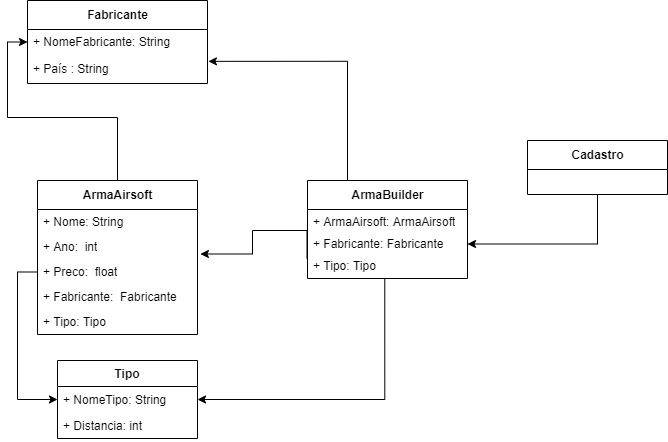
Above: Diagramas/Padrão de projeto-Builder.drawio.png in danilomichell/Airsoft (draw.io), before the change. Source tidied: cells renumbered, new cells last; positions are measured from the earlier drawing's top-left corner, leaving out a move shared by most shapes.
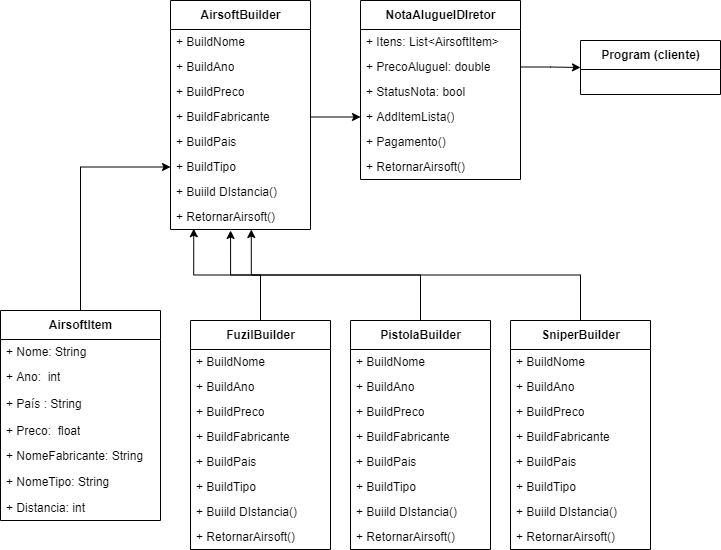
After the change.

Commit message:
Refatoração método Builder e diagrama

Change to the diagram source:
```diff
@@ -2,17 +2,11 @@
   <root>
     <mxCell id="0" />
     <mxCell id="1" parent="0" />
-    <mxCell id="2" style="edgeStyle=orthogonalEdgeStyle;rounded=0;jettySize=auto;html=1;exitX=0.5;exitY=0;exitDx=0;exitDy=0;entryX=0;entryY=0.5;entryDx=0;entryDy=0;" parent="1" edge="1" source="3" target="13">
-      <mxGeometry relative="1" as="geometry">
-        <Array as="points">
-          <mxPoint x="110" y="117" />
-          <mxPoint y="117" />
-          <mxPoint y="42" />
-        </Array>
-      </mxGeometry>
-    </mxCell>
+    <mxCell id="25" style="edgeStyle=orthogonalEdgeStyle;rounded=0;jettySize=auto;html=1;exitX=0.5;exitY=0;exitDx=0;exitDy=0;entryX=0;entryY=0.5;entryDx=0;entryDy=0;" parent="1" edge="1" source="3" target="32">
+      <mxGeometry relative="1" as="geometry" />
+    </mxCell>
-    <mxCell id="3" value="ArmaAirsoft" style="swimlane;fontStyle=1;align=center;verticalAlign=middle;horizontal=1;startSize=29;html=1;" parent="1" vertex="1">
-      <mxGeometry x="30" y="180" width="160" height="154" as="geometry" />
+    <mxCell id="3" value="AirsoftItem" style="swimlane;fontStyle=1;align=center;verticalAlign=middle;horizontal=1;startSize=29;html=1;" parent="1" vertex="1">
+      <mxGeometry x="30" y="180" width="160" height="210" as="geometry" />
     </mxCell>
     <mxCell id="4" value="+ Nome: String" style="text;html=1;strokeColor=none;fillColor=none;align=left;verticalAlign=middle;spacingLeft=4;spacingRight=4;overflow=hidden;" parent="3" vertex="1">
       <mxGeometry y="29" width="160" height="25" as="geometry" />
@@ -20,68 +14,167 @@
     <mxCell id="5" value="+ Ano:&amp;nbsp; int" style="text;html=1;strokeColor=none;fillColor=none;align=left;verticalAlign=middle;spacingLeft=4;spacingRight=4;overflow=hidden;points=[[0,0.5],[1,0.5]];portConstraint=eastwest;" parent="3" vertex="1">
       <mxGeometry y="54" width="160" height="25" as="geometry" />
     </mxCell>
+    <mxCell id="14" value="+ País : String" style="text;html=1;strokeColor=none;fillColor=none;align=left;verticalAlign=middle;spacingLeft=4;spacingRight=4;overflow=hidden;points=[[0,0.5],[1,0.5]];portConstraint=eastwest;" parent="3" vertex="1">
+      <mxGeometry y="79" width="160" height="29" as="geometry" />
+    </mxCell>
     <mxCell id="6" value="+ Preco:&amp;nbsp; float" style="text;html=1;strokeColor=none;fillColor=none;align=left;verticalAlign=middle;spacingLeft=4;spacingRight=4;overflow=hidden;points=[[0,0.5],[1,0.5]];portConstraint=eastwest;" parent="3" vertex="1">
-      <mxGeometry y="79" width="160" height="25" as="geometry" />
+      <mxGeometry y="108" width="160" height="25" as="geometry" />
     </mxCell>
-    <mxCell id="7" value="+ Fabricante:&amp;nbsp; Fabricante" style="text;html=1;strokeColor=none;fillColor=none;align=left;verticalAlign=middle;spacingLeft=4;spacingRight=4;overflow=hidden;" parent="3" vertex="1">
-      <mxGeometry y="104" width="160" height="25" as="geometry" />
-    </mxCell>
-    <mxCell id="8" value="+ Tipo: Tipo" style="text;html=1;strokeColor=none;fillColor=none;align=left;verticalAlign=middle;spacingLeft=4;spacingRight=4;overflow=hidden;" parent="3" vertex="1">
-      <mxGeometry y="129" width="160" height="25" as="geometry" />
-    </mxCell>
-    <mxCell id="9" value="Tipo" style="swimlane;fontStyle=1;horizontal=1;startSize=26;fillColor=none;" parent="1" vertex="1">
-      <mxGeometry x="50" y="360" width="140" height="78" as="geometry" />
-    </mxCell>
+    <mxCell id="13" value="+ NomeFabricante: String" style="text;html=1;strokeColor=none;fillColor=none;align=left;verticalAlign=middle;spacingLeft=4;spacingRight=4;overflow=hidden;points=[[0,0.5],[1,0.5]];portConstraint=eastwest;" parent="3" vertex="1">
+      <mxGeometry y="133" width="160" height="25" as="geometry" />
+    </mxCell>
-    <mxCell id="10" value="+ NomeTipo: String" style="text;strokeColor=none;fillColor=none;align=left;verticalAlign=top;spacingLeft=4;spacingRight=4;overflow=hidden;points=[[0,0.5],[1,0.5]];portConstraint=eastwest;" parent="9" vertex="1">
-      <mxGeometry y="26" width="140" height="26" as="geometry" />
+    <mxCell id="10" value="+ NomeTipo: String" style="text;strokeColor=none;fillColor=none;align=left;verticalAlign=top;spacingLeft=4;spacingRight=4;overflow=hidden;points=[[0,0.5],[1,0.5]];portConstraint=eastwest;" parent="3" vertex="1">
+      <mxGeometry y="158" width="160" height="26" as="geometry" />
     </mxCell>
-    <mxCell id="11" value="+ Distancia: int" style="text;strokeColor=none;fillColor=none;align=left;verticalAlign=top;spacingLeft=4;spacingRight=4;overflow=hidden;" parent="9" vertex="1">
-      <mxGeometry y="52" width="140" height="26" as="geometry" />
+    <mxCell id="11" value="+ Distancia: int" style="text;strokeColor=none;fillColor=none;align=left;verticalAlign=top;spacingLeft=4;spacingRight=4;overflow=hidden;" parent="3" vertex="1">
+      <mxGeometry y="184" width="160" height="26" as="geometry" />
     </mxCell>
-    <mxCell id="12" value="Fabricante" style="swimlane;fontStyle=1;align=center;verticalAlign=middle;horizontal=1;startSize=29;html=1;" parent="1" vertex="1">
-      <mxGeometry x="20" width="180" height="83" as="geometry" />
-    </mxCell>
-    <mxCell id="13" value="+ NomeFabricante: String" style="text;html=1;strokeColor=none;fillColor=none;align=left;verticalAlign=middle;spacingLeft=4;spacingRight=4;overflow=hidden;points=[[0,0.5],[1,0.5]];portConstraint=eastwest;" parent="12" vertex="1">
-      <mxGeometry y="29" width="180" height="25" as="geometry" />
-    </mxCell>
-    <mxCell id="14" value="+ País : String" style="text;html=1;strokeColor=none;fillColor=none;align=left;verticalAlign=middle;spacingLeft=4;spacingRight=4;overflow=hidden;points=[[0,0.5],[1,0.5]];portConstraint=eastwest;" parent="12" vertex="1">
-      <mxGeometry y="54" width="180" height="29" as="geometry" />
-    </mxCell>
-    <mxCell id="15" style="edgeStyle=orthogonalEdgeStyle;rounded=0;jettySize=auto;html=1;exitX=0.25;exitY=0;exitDx=0;exitDy=0;entryX=1.005;entryY=0.236;entryDx=0;entryDy=0;entryPerimeter=0;" parent="1" edge="1" source="16" target="14">
-      <mxGeometry relative="1" as="geometry" />
-    </mxCell>
-    <mxCell id="16" value="ArmaBuilder" style="swimlane;fontStyle=1;align=center;verticalAlign=middle;horizontal=1;startSize=29;html=1;" parent="1" vertex="1">
-      <mxGeometry x="300" y="180" width="160" height="98" as="geometry" />
-    </mxCell>
-    <mxCell id="17" value="+ ArmaAirsoft: ArmaAirsoft" style="text;html=1;strokeColor=none;fillColor=none;align=left;verticalAlign=middle;spacingLeft=4;spacingRight=4;overflow=hidden;" parent="16" vertex="1">
-      <mxGeometry y="29" width="160" height="25" as="geometry" />
-    </mxCell>
-    <mxCell id="18" value="+ Fabricante: Fabricante" style="text;html=1;strokeColor=none;fillColor=none;align=left;verticalAlign=middle;spacingLeft=4;spacingRight=4;overflow=hidden;points=[[0,0.5],[1,0.5]];portConstraint=eastwest;" parent="16" vertex="1">
-      <mxGeometry y="54" width="160" height="19" as="geometry" />
-    </mxCell>
-    <mxCell id="19" value="+ Tipo: Tipo" style="text;html=1;strokeColor=none;fillColor=none;align=left;verticalAlign=middle;spacingLeft=4;spacingRight=4;overflow=hidden;points=[[0,0.5],[1,0.5]];portConstraint=eastwest;" parent="16" vertex="1">
-      <mxGeometry y="73" width="160" height="25" as="geometry" />
-    </mxCell>
-    <mxCell id="20" style="edgeStyle=orthogonalEdgeStyle;rounded=0;jettySize=auto;html=1;exitX=0;exitY=0.5;exitDx=0;exitDy=0;entryX=0;entryY=0.5;entryDx=0;entryDy=0;" parent="1" edge="1" source="6" target="10">
-      <mxGeometry relative="1" as="geometry" />
-    </mxCell>
-    <mxCell id="21" style="edgeStyle=orthogonalEdgeStyle;rounded=0;jettySize=auto;html=1;exitX=-0.003;exitY=0.224;exitDx=0;exitDy=0;entryX=1.018;entryY=0.78;entryDx=0;entryDy=0;entryPerimeter=0;exitPerimeter=0;" parent="1" edge="1" source="19" target="5">
-      <mxGeometry relative="1" as="geometry">
-        <Array as="points">
-          <mxPoint x="300" y="230" />
-          <mxPoint x="245" y="230" />
-          <mxPoint x="245" y="254" />
-        </Array>
-      </mxGeometry>
-    </mxCell>
-    <mxCell id="22" style="edgeStyle=orthogonalEdgeStyle;rounded=0;jettySize=auto;html=1;exitX=0.483;exitY=0.992;exitDx=0;exitDy=0;exitPerimeter=0;" parent="1" edge="1" source="19" target="10">
-      <mxGeometry relative="1" as="geometry" />
-    </mxCell>
-    <mxCell id="23" style="edgeStyle=orthogonalEdgeStyle;rounded=0;jettySize=auto;html=1;entryX=1;entryY=0.5;entryDx=0;entryDy=0;" parent="1" edge="1" source="24" target="18">
-      <mxGeometry relative="1" as="geometry" />
-    </mxCell>
-    <mxCell id="24" value="Cadastro" style="swimlane;fontStyle=1;align=center;verticalAlign=middle;horizontal=1;startSize=29;html=1;" parent="1" vertex="1">
-      <mxGeometry x="520" y="140" width="140" height="54" as="geometry" />
-    </mxCell>
+    <mxCell id="26" value="AirsoftBuilder" style="swimlane;fontStyle=1;align=center;verticalAlign=middle;horizontal=1;startSize=29;html=1;" parent="1" vertex="1">
+      <mxGeometry x="200" y="-130" width="140" height="229" as="geometry" />
+    </mxCell>
+    <mxCell id="27" value="+ BuildNome" style="text;html=1;strokeColor=none;fillColor=none;align=left;verticalAlign=middle;spacingLeft=4;spacingRight=4;overflow=hidden;" parent="26" vertex="1">
+      <mxGeometry y="29" width="140" height="25" as="geometry" />
+    </mxCell>
+    <mxCell id="28" value="+ BuildAno" style="text;html=1;strokeColor=none;fillColor=none;align=left;verticalAlign=middle;spacingLeft=4;spacingRight=4;overflow=hidden;" parent="26" vertex="1">
+      <mxGeometry y="54" width="140" height="25" as="geometry" />
+    </mxCell>
+    <mxCell id="29" value="+ BuildPreco" style="text;html=1;strokeColor=none;fillColor=none;align=left;verticalAlign=middle;spacingLeft=4;spacingRight=4;overflow=hidden;" parent="26" vertex="1">
+      <mxGeometry y="79" width="140" height="25" as="geometry" />
+    </mxCell>
+    <mxCell id="30" value="+ BuildFabricante" style="text;html=1;strokeColor=none;fillColor=none;align=left;verticalAlign=middle;spacingLeft=4;spacingRight=4;overflow=hidden;points=[[0,0.5],[1,0.5]];portConstraint=eastwest;" parent="26" vertex="1">
+      <mxGeometry y="104" width="140" height="25" as="geometry" />
+    </mxCell>
+    <mxCell id="31" value="+ BuildPais" style="text;html=1;strokeColor=none;fillColor=none;align=left;verticalAlign=middle;spacingLeft=4;spacingRight=4;overflow=hidden;" parent="26" vertex="1">
+      <mxGeometry y="129" width="140" height="25" as="geometry" />
+    </mxCell>
+    <mxCell id="32" value="+ BuildTipo" style="text;html=1;strokeColor=none;fillColor=none;align=left;verticalAlign=middle;spacingLeft=4;spacingRight=4;overflow=hidden;points=[[0,0.5],[1,0.5]];portConstraint=eastwest;" parent="26" vertex="1">
+      <mxGeometry y="154" width="140" height="25" as="geometry" />
+    </mxCell>
+    <mxCell id="33" value="+ Buiild DIstancia()" style="text;html=1;strokeColor=none;fillColor=none;align=left;verticalAlign=middle;spacingLeft=4;spacingRight=4;overflow=hidden;" parent="26" vertex="1">
+      <mxGeometry y="179" width="140" height="25" as="geometry" />
+    </mxCell>
+    <mxCell id="34" value="+ RetornarAirsoft()" style="text;html=1;strokeColor=none;fillColor=none;align=left;verticalAlign=middle;spacingLeft=4;spacingRight=4;overflow=hidden;points=[[0,0.5],[1,0.5]];portConstraint=eastwest;" parent="26" vertex="1">
+      <mxGeometry y="204" width="140" height="25" as="geometry" />
+    </mxCell>
+    <mxCell id="35" style="edgeStyle=orthogonalEdgeStyle;rounded=0;jettySize=auto;html=1;exitX=0.5;exitY=0;exitDx=0;exitDy=0;entryX=0.429;entryY=1.04;entryDx=0;entryDy=0;entryPerimeter=0;" parent="1" edge="1" source="36" target="34">
+      <mxGeometry relative="1" as="geometry" />
+    </mxCell>
+    <mxCell id="36" value="PistolaBuilder" style="swimlane;fontStyle=1;align=center;verticalAlign=middle;horizontal=1;startSize=29;html=1;" parent="1" vertex="1">
+      <mxGeometry x="380" y="190" width="140" height="229" as="geometry" />
+    </mxCell>
+    <mxCell id="37" value="+ BuildNome" style="text;html=1;strokeColor=none;fillColor=none;align=left;verticalAlign=middle;spacingLeft=4;spacingRight=4;overflow=hidden;" parent="36" vertex="1">
+      <mxGeometry y="29" width="140" height="25" as="geometry" />
+    </mxCell>
+    <mxCell id="38" value="+ BuildAno" style="text;html=1;strokeColor=none;fillColor=none;align=left;verticalAlign=middle;spacingLeft=4;spacingRight=4;overflow=hidden;" parent="36" vertex="1">
+      <mxGeometry y="54" width="140" height="25" as="geometry" />
+    </mxCell>
+    <mxCell id="39" value="+ BuildPreco" style="text;html=1;strokeColor=none;fillColor=none;align=left;verticalAlign=middle;spacingLeft=4;spacingRight=4;overflow=hidden;" parent="36" vertex="1">
+      <mxGeometry y="79" width="140" height="25" as="geometry" />
+    </mxCell>
+    <mxCell id="40" value="+ BuildFabricante" style="text;html=1;strokeColor=none;fillColor=none;align=left;verticalAlign=middle;spacingLeft=4;spacingRight=4;overflow=hidden;" parent="36" vertex="1">
+      <mxGeometry y="104" width="140" height="25" as="geometry" />
+    </mxCell>
+    <mxCell id="41" value="+ BuildPais" style="text;html=1;strokeColor=none;fillColor=none;align=left;verticalAlign=middle;spacingLeft=4;spacingRight=4;overflow=hidden;" parent="36" vertex="1">
+      <mxGeometry y="129" width="140" height="25" as="geometry" />
+    </mxCell>
+    <mxCell id="42" value="+ BuildTipo" style="text;html=1;strokeColor=none;fillColor=none;align=left;verticalAlign=middle;spacingLeft=4;spacingRight=4;overflow=hidden;" parent="36" vertex="1">
+      <mxGeometry y="154" width="140" height="25" as="geometry" />
+    </mxCell>
+    <mxCell id="43" value="+ Buiild DIstancia()" style="text;html=1;strokeColor=none;fillColor=none;align=left;verticalAlign=middle;spacingLeft=4;spacingRight=4;overflow=hidden;" parent="36" vertex="1">
+      <mxGeometry y="179" width="140" height="25" as="geometry" />
+    </mxCell>
+    <mxCell id="44" value="+ RetornarAirsoft()" style="text;html=1;strokeColor=none;fillColor=none;align=left;verticalAlign=middle;spacingLeft=4;spacingRight=4;overflow=hidden;" parent="36" vertex="1">
+      <mxGeometry y="204" width="140" height="25" as="geometry" />
+    </mxCell>
+    <mxCell id="45" style="edgeStyle=orthogonalEdgeStyle;rounded=0;jettySize=auto;html=1;exitX=0.5;exitY=0;exitDx=0;exitDy=0;entryX=0.166;entryY=0.968;entryDx=0;entryDy=0;entryPerimeter=0;" parent="1" edge="1" source="46" target="34">
+      <mxGeometry relative="1" as="geometry" />
+    </mxCell>
+    <mxCell id="46" value="FuzilBuilder" style="swimlane;fontStyle=1;align=center;verticalAlign=middle;horizontal=1;startSize=29;html=1;" parent="1" vertex="1">
+      <mxGeometry x="220" y="190" width="140" height="229" as="geometry" />
+    </mxCell>
+    <mxCell id="47" value="+ BuildNome" style="text;html=1;strokeColor=none;fillColor=none;align=left;verticalAlign=middle;spacingLeft=4;spacingRight=4;overflow=hidden;" parent="46" vertex="1">
+      <mxGeometry y="29" width="140" height="25" as="geometry" />
+    </mxCell>
+    <mxCell id="48" value="+ BuildAno" style="text;html=1;strokeColor=none;fillColor=none;align=left;verticalAlign=middle;spacingLeft=4;spacingRight=4;overflow=hidden;" parent="46" vertex="1">
+      <mxGeometry y="54" width="140" height="25" as="geometry" />
+    </mxCell>
+    <mxCell id="49" value="+ BuildPreco" style="text;html=1;strokeColor=none;fillColor=none;align=left;verticalAlign=middle;spacingLeft=4;spacingRight=4;overflow=hidden;" parent="46" vertex="1">
+      <mxGeometry y="79" width="140" height="25" as="geometry" />
+    </mxCell>
+    <mxCell id="50" value="+ BuildFabricante" style="text;html=1;strokeColor=none;fillColor=none;align=left;verticalAlign=middle;spacingLeft=4;spacingRight=4;overflow=hidden;" parent="46" vertex="1">
+      <mxGeometry y="104" width="140" height="25" as="geometry" />
+    </mxCell>
+    <mxCell id="51" value="+ BuildPais" style="text;html=1;strokeColor=none;fillColor=none;align=left;verticalAlign=middle;spacingLeft=4;spacingRight=4;overflow=hidden;" parent="46" vertex="1">
+      <mxGeometry y="129" width="140" height="25" as="geometry" />
+    </mxCell>
+    <mxCell id="52" value="+ BuildTipo" style="text;html=1;strokeColor=none;fillColor=none;align=left;verticalAlign=middle;spacingLeft=4;spacingRight=4;overflow=hidden;" parent="46" vertex="1">
+      <mxGeometry y="154" width="140" height="25" as="geometry" />
+    </mxCell>
+    <mxCell id="53" value="+ Buiild DIstancia()" style="text;html=1;strokeColor=none;fillColor=none;align=left;verticalAlign=middle;spacingLeft=4;spacingRight=4;overflow=hidden;" parent="46" vertex="1">
+      <mxGeometry y="179" width="140" height="25" as="geometry" />
+    </mxCell>
+    <mxCell id="54" value="+ RetornarAirsoft()" style="text;html=1;strokeColor=none;fillColor=none;align=left;verticalAlign=middle;spacingLeft=4;spacingRight=4;overflow=hidden;" parent="46" vertex="1">
+      <mxGeometry y="204" width="140" height="25" as="geometry" />
+    </mxCell>
+    <mxCell id="55" style="edgeStyle=orthogonalEdgeStyle;rounded=0;jettySize=auto;html=1;exitX=0.5;exitY=0;exitDx=0;exitDy=0;entryX=0.577;entryY=1;entryDx=0;entryDy=0;entryPerimeter=0;" parent="1" edge="1" source="56" target="34">
+      <mxGeometry relative="1" as="geometry" />
+    </mxCell>
+    <mxCell id="56" value="SniperBuilder" style="swimlane;fontStyle=1;align=center;verticalAlign=middle;horizontal=1;startSize=29;html=1;" parent="1" vertex="1">
+      <mxGeometry x="540" y="190" width="140" height="229" as="geometry" />
+    </mxCell>
+    <mxCell id="57" value="+ BuildNome" style="text;html=1;strokeColor=none;fillColor=none;align=left;verticalAlign=middle;spacingLeft=4;spacingRight=4;overflow=hidden;" parent="56" vertex="1">
+      <mxGeometry y="29" width="140" height="25" as="geometry" />
+    </mxCell>
+    <mxCell id="58" value="+ BuildAno" style="text;html=1;strokeColor=none;fillColor=none;align=left;verticalAlign=middle;spacingLeft=4;spacingRight=4;overflow=hidden;" parent="56" vertex="1">
+      <mxGeometry y="54" width="140" height="25" as="geometry" />
+    </mxCell>
+    <mxCell id="59" value="+ BuildPreco" style="text;html=1;strokeColor=none;fillColor=none;align=left;verticalAlign=middle;spacingLeft=4;spacingRight=4;overflow=hidden;" parent="56" vertex="1">
+      <mxGeometry y="79" width="140" height="25" as="geometry" />
+    </mxCell>
+    <mxCell id="60" value="+ BuildFabricante" style="text;html=1;strokeColor=none;fillColor=none;align=left;verticalAlign=middle;spacingLeft=4;spacingRight=4;overflow=hidden;" parent="56" vertex="1">
+      <mxGeometry y="104" width="140" height="25" as="geometry" />
+    </mxCell>
+    <mxCell id="61" value="+ BuildPais" style="text;html=1;strokeColor=none;fillColor=none;align=left;verticalAlign=middle;spacingLeft=4;spacingRight=4;overflow=hidden;" parent="56" vertex="1">
+      <mxGeometry y="129" width="140" height="25" as="geometry" />
+    </mxCell>
+    <mxCell id="62" value="+ BuildTipo" style="text;html=1;strokeColor=none;fillColor=none;align=left;verticalAlign=middle;spacingLeft=4;spacingRight=4;overflow=hidden;" parent="56" vertex="1">
+      <mxGeometry y="154" width="140" height="25" as="geometry" />
+    </mxCell>
+    <mxCell id="63" value="+ Buiild DIstancia()" style="text;html=1;strokeColor=none;fillColor=none;align=left;verticalAlign=middle;spacingLeft=4;spacingRight=4;overflow=hidden;" parent="56" vertex="1">
+      <mxGeometry y="179" width="140" height="25" as="geometry" />
+    </mxCell>
+    <mxCell id="64" value="+ RetornarAirsoft()" style="text;html=1;strokeColor=none;fillColor=none;align=left;verticalAlign=middle;spacingLeft=4;spacingRight=4;overflow=hidden;" parent="56" vertex="1">
+      <mxGeometry y="204" width="140" height="25" as="geometry" />
+    </mxCell>
+    <mxCell id="65" value="NotaAluguelDIretor" style="swimlane;fontStyle=1;align=center;verticalAlign=middle;horizontal=1;startSize=29;html=1;" parent="1" vertex="1">
+      <mxGeometry x="390" y="-130" width="160" height="179" as="geometry" />
+    </mxCell>
+    <mxCell id="66" value="+ Itens: List&amp;lt;AirsoftItem&amp;gt;" style="text;html=1;strokeColor=none;fillColor=none;align=left;verticalAlign=middle;spacingLeft=4;spacingRight=4;overflow=hidden;" parent="65" vertex="1">
+      <mxGeometry y="29" width="160" height="25" as="geometry" />
+    </mxCell>
+    <mxCell id="67" value="+ PrecoAluguel: double" style="text;html=1;strokeColor=none;fillColor=none;align=left;verticalAlign=middle;spacingLeft=4;spacingRight=4;overflow=hidden;points=[[0,0.5],[1,0.5]];portConstraint=eastwest;" parent="65" vertex="1">
+      <mxGeometry y="54" width="160" height="25" as="geometry" />
+    </mxCell>
+    <mxCell id="68" value="+ StatusNota: bool" style="text;html=1;strokeColor=none;fillColor=none;align=left;verticalAlign=middle;spacingLeft=4;spacingRight=4;overflow=hidden;" parent="65" vertex="1">
+      <mxGeometry y="79" width="160" height="25" as="geometry" />
+    </mxCell>
+    <mxCell id="69" value="+ AddItemLista()" style="text;html=1;strokeColor=none;fillColor=none;align=left;verticalAlign=middle;spacingLeft=4;spacingRight=4;overflow=hidden;points=[[0,0.5],[1,0.5]];portConstraint=eastwest;" parent="65" vertex="1">
+      <mxGeometry y="104" width="160" height="25" as="geometry" />
+    </mxCell>
+    <mxCell id="70" value="+ Pagamento()&amp;nbsp;" style="text;html=1;strokeColor=none;fillColor=none;align=left;verticalAlign=middle;spacingLeft=4;spacingRight=4;overflow=hidden;" parent="65" vertex="1">
+      <mxGeometry y="129" width="160" height="25" as="geometry" />
+    </mxCell>
+    <mxCell id="71" value="+ RetornarAirsoft()" style="text;html=1;strokeColor=none;fillColor=none;align=left;verticalAlign=middle;spacingLeft=4;spacingRight=4;overflow=hidden;" parent="65" vertex="1">
+      <mxGeometry y="154" width="160" height="25" as="geometry" />
+    </mxCell>
+    <mxCell id="72" style="edgeStyle=orthogonalEdgeStyle;rounded=0;jettySize=auto;html=1;exitX=1;exitY=0.5;exitDx=0;exitDy=0;entryX=0;entryY=0.5;entryDx=0;entryDy=0;" parent="1" edge="1" source="30" target="69">
+      <mxGeometry relative="1" as="geometry" />
+    </mxCell>
+    <mxCell id="73" value="Program (cliente)" style="swimlane;fontStyle=1;align=center;verticalAlign=middle;horizontal=1;startSize=29;html=1;" parent="1" vertex="1">
+      <mxGeometry x="610" y="-90" width="140" height="54" as="geometry" />
+    </mxCell>
+    <mxCell id="74" style="edgeStyle=orthogonalEdgeStyle;rounded=0;jettySize=auto;html=1;exitX=1;exitY=0.5;exitDx=0;exitDy=0;entryX=0;entryY=0.5;entryDx=0;entryDy=0;" parent="1" edge="1" source="67" target="73">
+      <mxGeometry relative="1" as="geometry" />
+    </mxCell>
   </root>
 </mxGraphModel>
```
